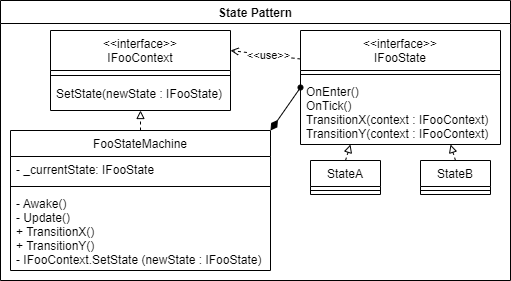
Above: Assets/StatePattern/StatePatternDiagram.png in Johnny-Connor/GameProgrammingPatterns (draw.io), before the change. Source tidied: cells renumbered, new cells last; positions are measured from the earlier drawing's top-left corner, leaving out a move shared by most shapes.
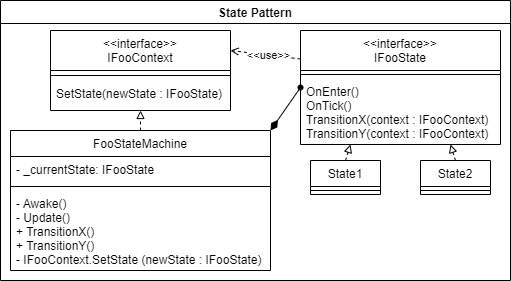
Later version of the same file.

Commit message:
Decorator, Strategy, State patterns: UML cleanup.

DecoratorPatternDiagram: centralized boxes.
StatePatternDiagram: Renamed StateA and StateB to, respectively, State1 and State2.
StrategyPatternDiagram: Removed a small blank gap in between Context and IStrategy.

What changed in the source:
```diff
@@ -5,13 +5,13 @@
     <mxCell id="2" value="State Pattern" style="swimlane;" parent="1" vertex="1">
       <mxGeometry width="510" height="280" as="geometry" />
     </mxCell>
-    <mxCell id="3" value="StateA" style="swimlane;fontStyle=0;align=center;verticalAlign=top;horizontal=1;startSize=26;rounded=0;shadow=0;strokeWidth=1;" parent="2" vertex="1">
+    <mxCell id="3" value="State1" style="swimlane;fontStyle=0;align=center;verticalAlign=top;horizontal=1;startSize=26;rounded=0;shadow=0;strokeWidth=1;" parent="2" vertex="1">
       <mxGeometry x="310" y="160" width="70" height="34" as="geometry" />
     </mxCell>
     <mxCell id="4" style="line;html=1;strokeWidth=1;align=left;verticalAlign=middle;spacingTop=-1;spacingLeft=3;spacingRight=3;labelPosition=right;" parent="3" vertex="1">
       <mxGeometry y="26" width="70" height="8" as="geometry" />
     </mxCell>
-    <mxCell id="5" value="StateB" style="swimlane;fontStyle=0;align=center;verticalAlign=top;horizontal=1;startSize=26;rounded=0;shadow=0;strokeWidth=1;" parent="2" vertex="1">
+    <mxCell id="5" value="State2" style="swimlane;fontStyle=0;align=center;verticalAlign=top;horizontal=1;startSize=26;rounded=0;shadow=0;strokeWidth=1;" parent="2" vertex="1">
       <mxGeometry x="420" y="160" width="70" height="34" as="geometry" />
     </mxCell>
     <mxCell id="6" style="line;html=1;strokeWidth=1;align=left;verticalAlign=middle;spacingTop=-1;spacingLeft=3;spacingRight=3;labelPosition=right;" parent="5" vertex="1">
```
